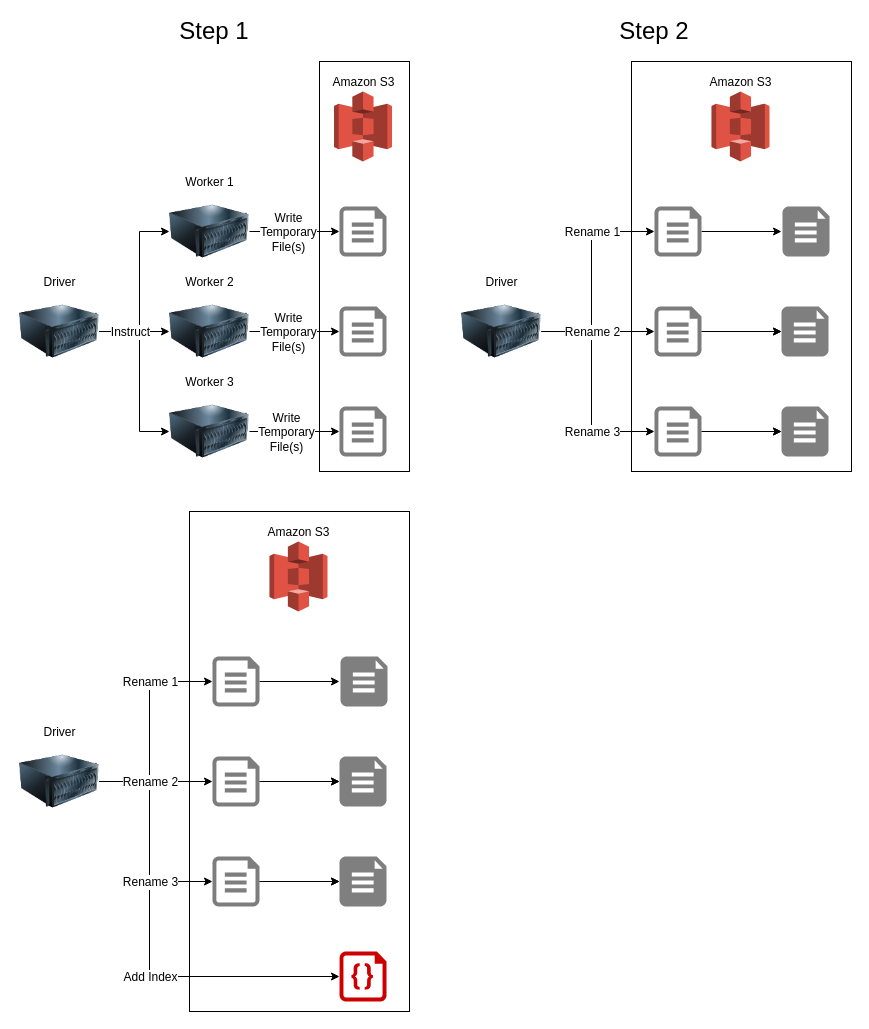
Earlier version of the draw.io diagram resources/parquet.drawio (seddonm1/reorchestrate.com). Source tidied: cells renumbered, new cells numbered last; positions are measured from the earlier drawing's top-left corner, leaving out a move shared by most shapes. Both pictures are drawn from the tidied source at 100%, with x=0, y=0 at pixel (19, 21).
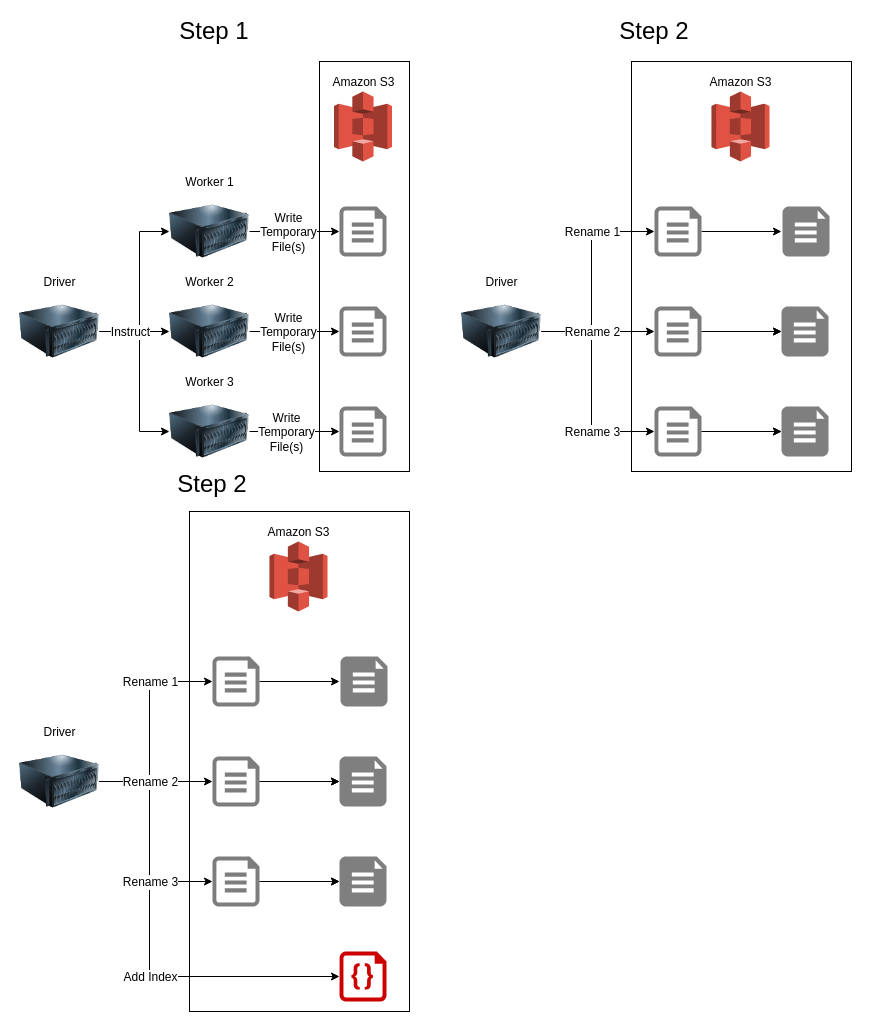
The same diagram, later.

Change to the diagram source:
```diff
@@
+    <mxCell id="66" value="Step 2" style="text;html=1;strokeColor=none;fillColor=none;align=center;verticalAlign=middle;whiteSpace=wrap;rounded=0;labelBackgroundColor=#ffffff;strokeWidth=1;fontSize=24;" parent="1" vertex="1">
+      <mxGeometry x="-2" y="452.5" width="390" height="20" as="geometry" />
+    </mxCell>
```
